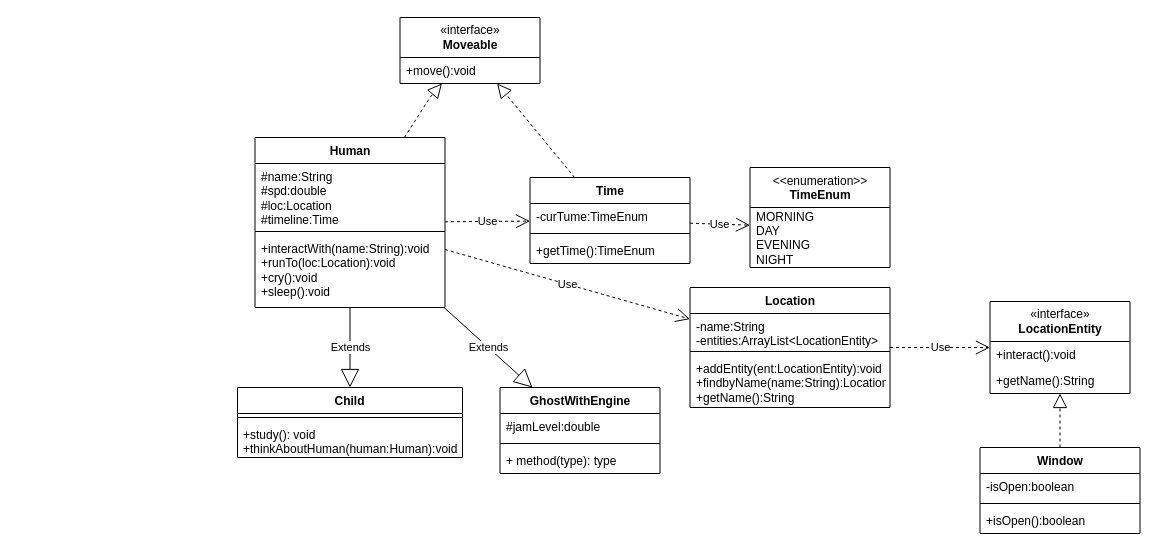
Before: UMLDiagram.drawio in PetrIgnatov/ITMOProgLab4, a draw.io diagram. Source tidied: cells renumbered, new cells numbered last; positions are measured from the earlier drawing's top-left corner, leaving out a move shared by most shapes. Both pictures are drawn from the tidied source at 100%, with x=0, y=0 at pixel (237, 17).
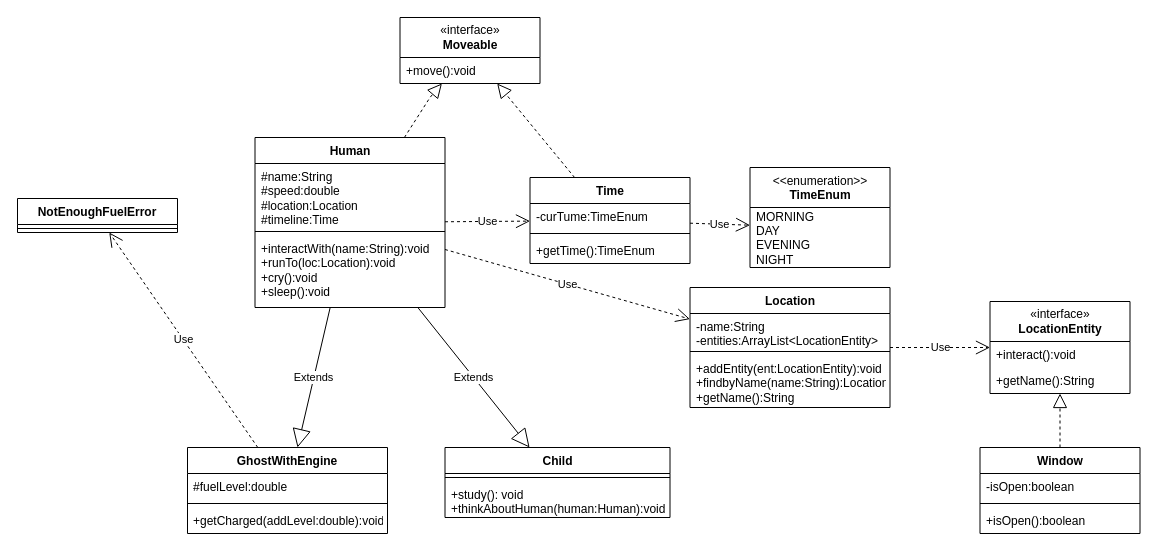
The same diagram, later.

Commit message:
Added error, signalising that Ghost doesn't have enough fuel

The change refers to these unchanged cells:
```xml
<mxCell id="11" value="Human" style="swimlane;fontStyle=1;align=center;verticalAlign=top;horizontal=1;startSize=26;whiteSpace=wrap;html=1;" parent="1" vertex="1">
  <mxGeometry x="17.5" y="120" width="190" height="170" as="geometry" />
</mxCell>
```

The edit, as a diff of the source:
```diff
@@
-    <mxCell id="12" value="&lt;div&gt;#name:String&lt;/div&gt;&lt;div&gt;#spd:double&lt;/div&gt;&lt;div&gt;#loc:Location&lt;br&gt;#timeline:Time&lt;/div&gt;" style="text;strokeColor=none;fillColor=none;align=left;verticalAlign=top;spacingLeft=4;spacingRight=4;overflow=hidden;whiteSpace=wrap;html=1;" parent="11" vertex="1">
+    <mxCell id="12" value="&lt;div&gt;#name:String&lt;/div&gt;&lt;div&gt;#speed:double&lt;/div&gt;&lt;div&gt;#location:Location&lt;br&gt;#timeline:Time&lt;/div&gt;" style="text;strokeColor=none;fillColor=none;align=left;verticalAlign=top;spacingLeft=4;spacingRight=4;overflow=hidden;whiteSpace=wrap;html=1;" parent="11" vertex="1">
       <mxGeometry y="26" width="190" height="64" as="geometry" />
     </mxCell>
@@
     <mxCell id="23" value="Child" style="swimlane;fontStyle=1;align=center;verticalAlign=top;horizontal=1;startSize=26;whiteSpace=wrap;html=1;" parent="1" vertex="1">
-      <mxGeometry y="370" width="225" height="70" as="geometry" />
+      <mxGeometry x="207.5" y="430" width="225" height="70" as="geometry" />
     </mxCell>
@@
     <mxCell id="26" value="GhostWithEngine" style="swimlane;fontStyle=1;align=center;verticalAlign=top;horizontal=1;startSize=26;whiteSpace=wrap;html=1;" parent="1" vertex="1">
-      <mxGeometry x="262.5" y="370" width="160" height="86" as="geometry" />
+      <mxGeometry x="-50" y="430" width="200" height="86" as="geometry" />
     </mxCell>
-    <mxCell id="27" value="#jamLevel:double" style="text;strokeColor=none;fillColor=none;align=left;verticalAlign=top;spacingLeft=4;spacingRight=4;overflow=hidden;whiteSpace=wrap;html=1;" parent="26" vertex="1">
-      <mxGeometry y="26" width="160" height="26" as="geometry" />
+    <mxCell id="27" value="#fuelLevel:double" style="text;strokeColor=none;fillColor=none;align=left;verticalAlign=top;spacingLeft=4;spacingRight=4;overflow=hidden;whiteSpace=wrap;html=1;" parent="26" vertex="1">
+      <mxGeometry y="26" width="200" height="26" as="geometry" />
     </mxCell>
     <mxCell id="28" style="line;strokeWidth=1;fillColor=none;align=left;verticalAlign=middle;spacingTop=-1;spacingLeft=3;spacingRight=3;labelPosition=right;strokeColor=inherit;" parent="26" vertex="1">
-      <mxGeometry y="52" width="160" height="8" as="geometry" />
+      <mxGeometry y="52" width="200" height="8" as="geometry" />
     </mxCell>
-    <mxCell id="29" value="+ method(type): type" style="text;strokeColor=none;fillColor=none;align=left;verticalAlign=top;spacingLeft=4;spacingRight=4;overflow=hidden;whiteSpace=wrap;html=1;" parent="26" vertex="1">
-      <mxGeometry y="60" width="160" height="26" as="geometry" />
+    <mxCell id="29" value="&lt;div&gt;+getCharged(addLevel:double):void&lt;/div&gt;" style="text;strokeColor=none;fillColor=none;align=left;verticalAlign=top;spacingLeft=4;spacingRight=4;overflow=hidden;whiteSpace=wrap;html=1;" parent="26" vertex="1">
+      <mxGeometry y="60" width="200" height="26" as="geometry" />
     </mxCell>
@@
+    <mxCell id="41" value="NotEnoughFuelError" style="swimlane;fontStyle=1;align=center;verticalAlign=top;horizontal=1;startSize=26;whiteSpace=wrap;html=1;" parent="1" vertex="1">
+      <mxGeometry x="-220" y="181" width="160" height="34" as="geometry" />
+    </mxCell>
+    <mxCell id="42" style="line;strokeWidth=1;fillColor=none;align=left;verticalAlign=middle;spacingTop=-1;spacingLeft=3;spacingRight=3;labelPosition=right;strokeColor=inherit;" parent="41" vertex="1">
+      <mxGeometry y="26" width="160" height="8" as="geometry" />
+    </mxCell>
+    <mxCell id="43" value="Use" style="endArrow=open;endSize=12;dashed=1;html=1;rounded=0;" parent="1" edge="1" source="26" target="41">
+      <mxGeometry relative="1" as="geometry" />
+    </mxCell>
```
